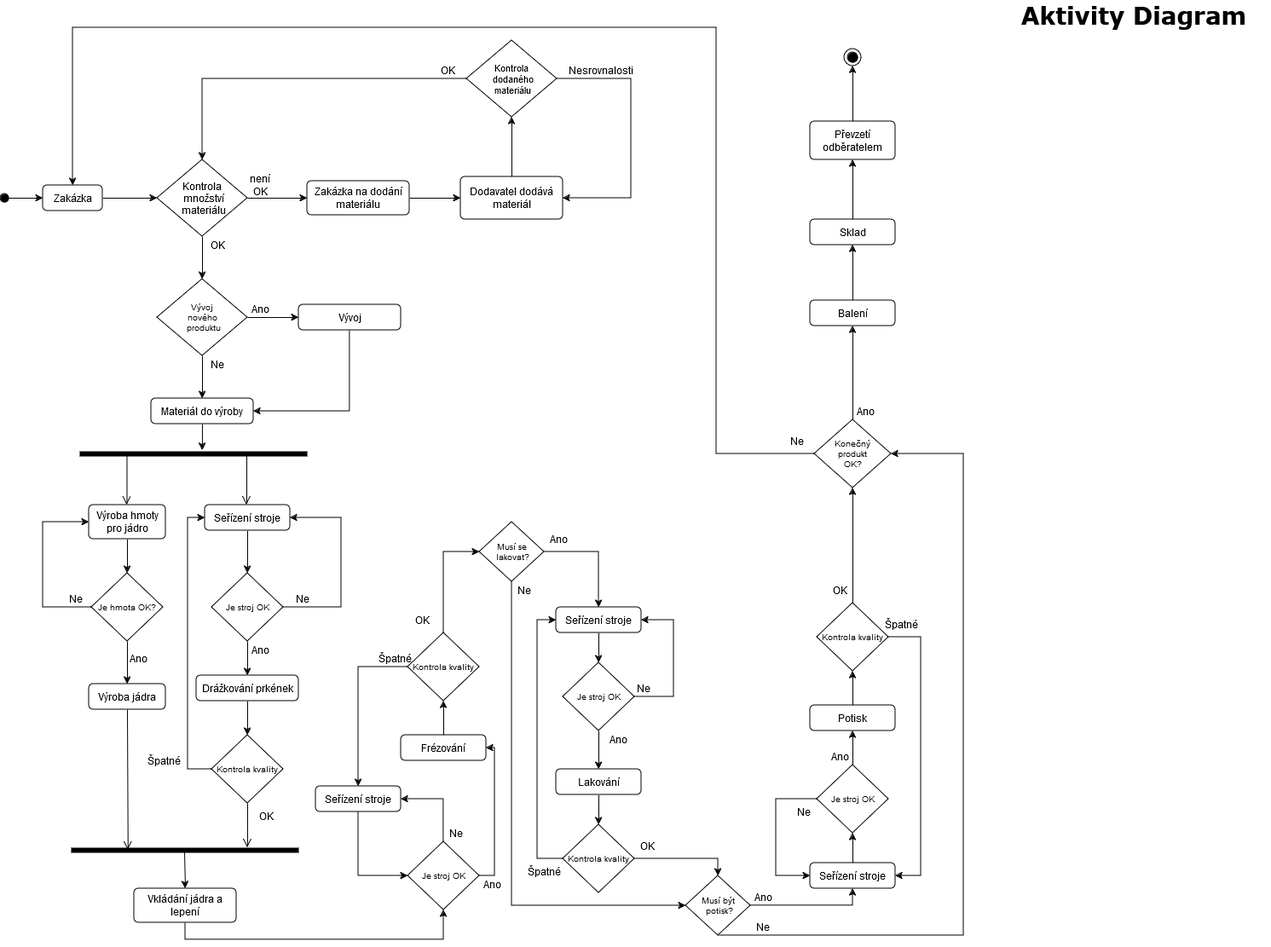
The draw.io diagram SW_ING/Tuzka_Aktivity.png in KarelMasa/pg, before a commit. Source tidied: cells renumbered, new cells last; positions are measured from the earlier drawing's top-left corner, leaving out a move shared by most shapes.
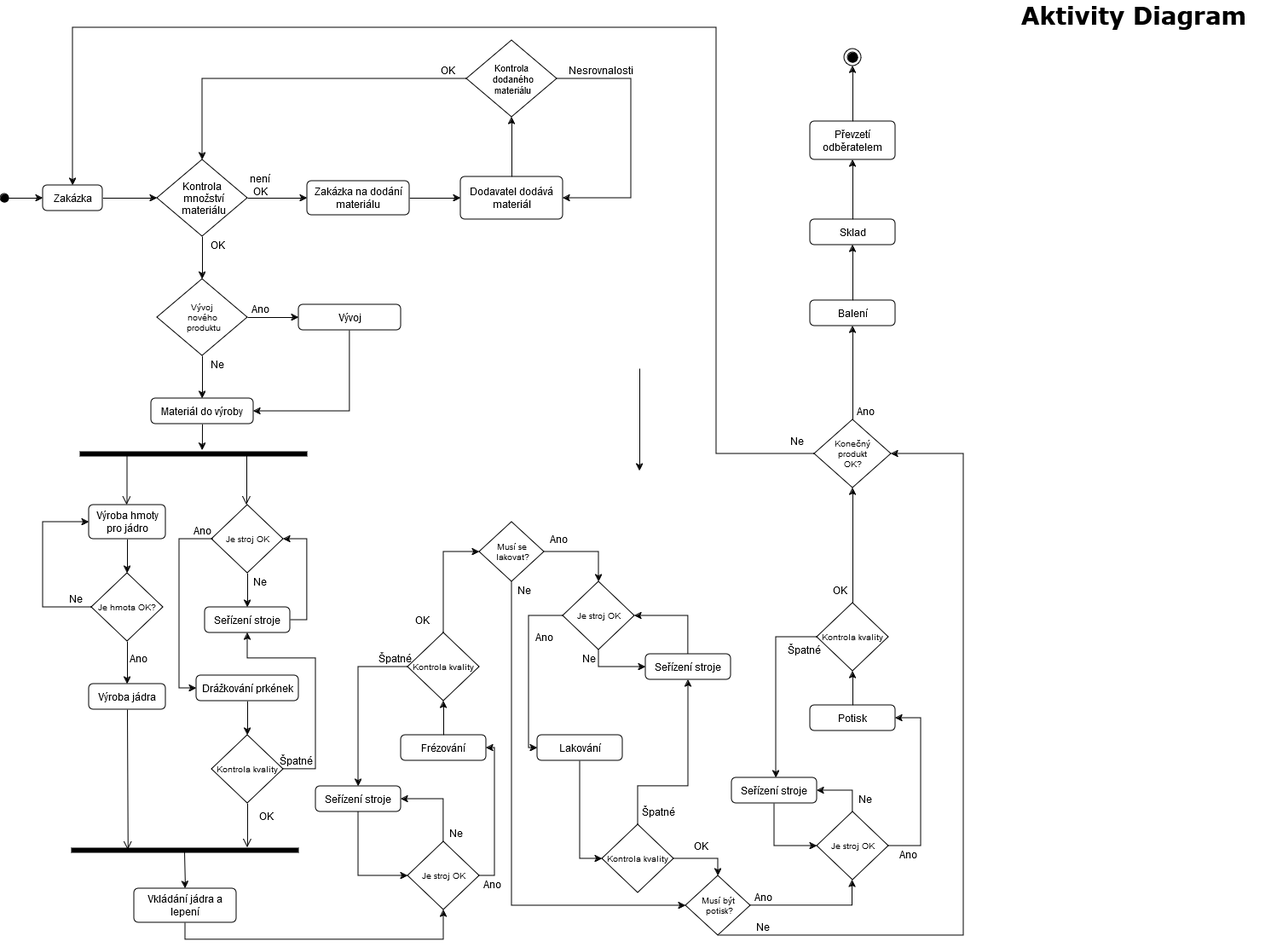
The same file after the commit.

Diff of the diagram source:
```diff
@@ -117,11 +117,15 @@
     <mxCell id="35" style="html=1;verticalAlign=bottom;endArrow=open;endSize=8;strokeColor=#000000;rounded=0;exitX=0.5;exitY=1;exitDx=0;exitDy=0;entryX=0.25;entryY=0.5;entryDx=0;entryDy=0;entryPerimeter=0;" parent="1" edge="1" source="28" target="33">
       <mxGeometry relative="1" as="geometry" />
     </mxCell>
-    <mxCell id="36" style="rounded=0;jettySize=auto;html=1;entryX=0.5;entryY=0;entryDx=0;entryDy=0;" parent="1" edge="1" source="37" target="74">
-      <mxGeometry relative="1" as="geometry" />
+    <mxCell id="36" style="edgeStyle=elbowEdgeStyle;rounded=0;jettySize=auto;html=1;entryX=0;entryY=0.5;entryDx=0;entryDy=0;exitX=0.5;exitY=1;exitDx=0;exitDy=0;" parent="1" edge="1" source="37" target="74">
+      <mxGeometry relative="1" as="geometry">
+        <Array as="points">
+          <mxPoint x="680" y="950" />
+        </Array>
+      </mxGeometry>
     </mxCell>
     <mxCell id="37" value="Lakování" style="html=1;align=center;verticalAlign=middle;rounded=1;absoluteArcSize=1;arcSize=10;dashed=0;whiteSpace=wrap;" parent="1" vertex="1">
-      <mxGeometry x="652" y="900" width="100" height="30" as="geometry" />
+      <mxGeometry x="630" y="860" width="100" height="30" as="geometry" />
     </mxCell>
     <mxCell id="38" style="rounded=0;jettySize=auto;html=1;entryX=0.5;entryY=1;entryDx=0;entryDy=0;" parent="1" edge="1" source="39" target="114">
       <mxGeometry relative="1" as="geometry" />
@@ -160,30 +164,40 @@
     <mxCell id="47" value="Ne" style="text;strokeColor=none;align=center;fillColor=none;html=1;verticalAlign=middle;whiteSpace=wrap;rounded=0;" parent="1" vertex="1">
       <mxGeometry x="74" y="690" width="30" height="20" as="geometry" />
     </mxCell>
-    <mxCell id="48" style="edgeStyle=orthogonalEdgeStyle;rounded=0;jettySize=auto;html=1;entryX=0.5;entryY=0;entryDx=0;entryDy=0;" parent="1" edge="1" source="49" target="52">
+    <mxCell id="48" style="edgeStyle=orthogonalEdgeStyle;rounded=0;jettySize=auto;html=1;entryX=1;entryY=0.5;entryDx=0;entryDy=0;exitX=1;exitY=0.5;exitDx=0;exitDy=0;" parent="1" edge="1" source="49" target="52">
       <mxGeometry relative="1" as="geometry" />
     </mxCell>
+    <mxCell id="124" style="rounded=0;jettySize=auto;html=1;startArrow=classic;startFill=1;endArrow=none;endFill=0;" parent="1" edge="1" target="52">
+      <mxGeometry relative="1" as="geometry">
+        <mxPoint x="290" y="710" as="sourcePoint" />
+      </mxGeometry>
+    </mxCell>
     <mxCell id="49" value="Seřízení stroje" style="html=1;align=center;verticalAlign=middle;rounded=1;absoluteArcSize=1;arcSize=10;dashed=0;whiteSpace=wrap;" parent="1" vertex="1">
-      <mxGeometry x="240" y="590" width="100" height="30" as="geometry" />
+      <mxGeometry x="240" y="710" width="100" height="30" as="geometry" />
     </mxCell>
-    <mxCell id="50" style="edgeStyle=elbowEdgeStyle;rounded=0;jettySize=auto;html=1;entryX=1;entryY=0.5;entryDx=0;entryDy=0;" parent="1" edge="1" source="52" target="49">
+    <mxCell id="50" style="edgeStyle=orthogonalEdgeStyle;rounded=0;jettySize=auto;html=1;entryX=0.5;entryY=1;entryDx=0;entryDy=0;exitX=1;exitY=0.5;exitDx=0;exitDy=0;" parent="1" edge="1" source="54" target="49">
       <mxGeometry relative="1" as="geometry">
         <Array as="points">
-          <mxPoint x="400" y="660" />
+          <mxPoint x="370" y="900" />
+          <mxPoint x="370" y="770" />
+          <mxPoint x="290" y="770" />
         </Array>
       </mxGeometry>
     </mxCell>
-    <mxCell id="51" style="edgeStyle=orthogonalEdgeStyle;rounded=0;jettySize=auto;html=1;entryX=0.5;entryY=0;entryDx=0;entryDy=0;" parent="1" edge="1" source="52" target="27">
-      <mxGeometry relative="1" as="geometry" />
+    <mxCell id="51" style="edgeStyle=orthogonalEdgeStyle;rounded=0;orthogonalLoop=1;jettySize=auto;html=1;entryX=0.5;entryY=0;entryDx=0;entryDy=0;" parent="1" edge="1">
+      <mxGeometry relative="1" as="geometry">
+        <mxPoint x="750" y="430" as="sourcePoint" />
+        <mxPoint x="750" y="550" as="targetPoint" />
+      </mxGeometry>
     </mxCell>
     <mxCell id="52" value="Je stroj OK" style="rhombus;fontSize=10;" parent="1" vertex="1">
-      <mxGeometry x="248" y="670" width="84" height="80" as="geometry" />
+      <mxGeometry x="248" y="590" width="84" height="80" as="geometry" />
     </mxCell>
-    <mxCell id="53" style="edgeStyle=orthogonalEdgeStyle;rounded=0;jettySize=auto;html=1;entryX=0;entryY=0.5;entryDx=0;entryDy=0;" parent="1" edge="1" source="54" target="49">
+    <mxCell id="53" style="edgeStyle=elbowEdgeStyle;rounded=0;jettySize=auto;html=1;exitX=0;exitY=0.5;exitDx=0;exitDy=0;startArrow=classic;startFill=1;endArrow=none;endFill=0;" parent="1" edge="1" source="27">
       <mxGeometry relative="1" as="geometry">
+        <mxPoint x="250" y="630" as="targetPoint" />
         <Array as="points">
-          <mxPoint x="220" y="900" />
-          <mxPoint x="220" y="605" />
+          <mxPoint x="210" y="720" />
         </Array>
       </mxGeometry>
     </mxCell>
@@ -191,16 +205,16 @@
       <mxGeometry x="248" y="860" width="84" height="80" as="geometry" />
     </mxCell>
     <mxCell id="55" value="Ne" style="text;strokeColor=none;align=center;fillColor=none;html=1;verticalAlign=middle;whiteSpace=wrap;rounded=0;" parent="1" vertex="1">
-      <mxGeometry x="340" y="690" width="30" height="20" as="geometry" />
+      <mxGeometry x="290" y="670" width="30" height="20" as="geometry" />
     </mxCell>
     <mxCell id="56" value="Špatné" style="text;strokeColor=none;align=center;fillColor=none;html=1;verticalAlign=middle;whiteSpace=wrap;rounded=0;" parent="1" vertex="1">
-      <mxGeometry x="177" y="880" width="30" height="20" as="geometry" />
+      <mxGeometry x="332" y="880" width="30" height="20" as="geometry" />
     </mxCell>
     <mxCell id="57" value="OK" style="text;strokeColor=none;align=center;fillColor=none;html=1;verticalAlign=middle;whiteSpace=wrap;rounded=0;" parent="1" vertex="1">
       <mxGeometry x="297" y="945" width="30" height="20" as="geometry" />
     </mxCell>
     <mxCell id="58" value="Ano" style="text;strokeColor=none;align=center;fillColor=none;html=1;verticalAlign=middle;whiteSpace=wrap;rounded=0;" parent="1" vertex="1">
-      <mxGeometry x="290" y="750" width="30" height="20" as="geometry" />
+      <mxGeometry x="222" y="610" width="30" height="20" as="geometry" />
     </mxCell>
     <mxCell id="59" style="rounded=0;jettySize=auto;html=1;entryX=0.5;entryY=0;entryDx=0;entryDy=0;exitX=1;exitY=0.5;exitDx=0;exitDy=0;edgeStyle=orthogonalEdgeStyle;endArrow=none;endFill=0;startArrow=classic;startFill=1;" parent="1" edge="1" source="60" target="63">
       <mxGeometry relative="1" as="geometry" />
@@ -238,29 +252,24 @@
     <mxCell id="66" value="Kontrola kvality" style="rhombus;fontSize=10;" parent="1" vertex="1">
       <mxGeometry x="478" y="740" width="84" height="80" as="geometry" />
     </mxCell>
-    <mxCell id="67" style="rounded=0;jettySize=auto;html=1;entryX=0.5;entryY=0;entryDx=0;entryDy=0;" parent="1" edge="1" source="69" target="37">
-      <mxGeometry relative="1" as="geometry" />
+    <mxCell id="67" style="rounded=0;jettySize=auto;html=1;entryX=0;entryY=0.5;entryDx=0;entryDy=0;exitX=0;exitY=0.5;exitDx=0;exitDy=0;edgeStyle=elbowEdgeStyle;" parent="1" edge="1" source="69" target="37">
+      <mxGeometry relative="1" as="geometry">
+        <Array as="points">
+          <mxPoint x="620" y="800" />
+        </Array>
+      </mxGeometry>
     </mxCell>
-    <mxCell id="68" style="edgeStyle=elbowEdgeStyle;rounded=0;jettySize=auto;html=1;entryX=1;entryY=0.5;entryDx=0;entryDy=0;" parent="1" edge="1" source="69" target="71">
+    <mxCell id="68" style="edgeStyle=elbowEdgeStyle;rounded=0;jettySize=auto;html=1;entryX=0;entryY=0.5;entryDx=0;entryDy=0;elbow=vertical;exitX=0.5;exitY=1;exitDx=0;exitDy=0;startArrow=none;startFill=0;endArrow=classic;endFill=1;" parent="1" edge="1" source="69" target="71">
       <mxGeometry relative="1" as="geometry">
         <Array as="points">
-          <mxPoint x="790" y="770" />
+          <mxPoint x="730" y="780" />
         </Array>
       </mxGeometry>
     </mxCell>
-    <mxCell id="69" value="Je stroj OK" style="rhombus;fontSize=10;" parent="1" vertex="1">
-      <mxGeometry x="660" y="775" width="84" height="80" as="geometry" />
-    </mxCell>
-    <mxCell id="70" style="rounded=0;jettySize=auto;html=1;entryX=0.5;entryY=0;entryDx=0;entryDy=0;" parent="1" edge="1" source="71" target="69">
-      <mxGeometry relative="1" as="geometry" />
-    </mxCell>
-    <mxCell id="71" value="Seřízení stroje" style="html=1;align=center;verticalAlign=middle;rounded=1;absoluteArcSize=1;arcSize=10;dashed=0;whiteSpace=wrap;" parent="1" vertex="1">
-      <mxGeometry x="652" y="710" width="100" height="30" as="geometry" />
-    </mxCell>
-    <mxCell id="72" style="edgeStyle=elbowEdgeStyle;rounded=0;jettySize=auto;html=1;entryX=0;entryY=0.5;entryDx=0;entryDy=0;" parent="1" edge="1" source="74" target="71">
+    <mxCell id="72" style="rounded=0;jettySize=auto;html=1;entryX=0.5;entryY=0;entryDx=0;entryDy=0;exitX=1;exitY=0.5;exitDx=0;exitDy=0;edgeStyle=elbowEdgeStyle;startArrow=classic;startFill=1;endArrow=none;endFill=0;" parent="1" edge="1" source="69" target="71">
       <mxGeometry relative="1" as="geometry">
         <Array as="points">
-          <mxPoint x="630" y="860" />
+          <mxPoint x="807" y="750" />
         </Array>
       </mxGeometry>
     </mxCell>
@@ -268,7 +277,7 @@
       <mxGeometry relative="1" as="geometry" />
     </mxCell>
     <mxCell id="74" value="Kontrola kvality" style="rhombus;fontSize=10;" parent="1" vertex="1">
-      <mxGeometry x="660" y="965" width="84" height="80" as="geometry" />
+      <mxGeometry x="706" y="965" width="84" height="80" as="geometry" />
     </mxCell>
     <mxCell id="75" value="OK" style="text;strokeColor=none;align=center;fillColor=none;html=1;verticalAlign=middle;whiteSpace=wrap;rounded=0;" parent="1" vertex="1">
       <mxGeometry x="480" y="715" width="30" height="20" as="geometry" />
@@ -289,19 +298,26 @@
       <mxGeometry x="640" y="620" width="30" height="20" as="geometry" />
     </mxCell>
     <mxCell id="81" value="Ano" style="text;strokeColor=none;align=center;fillColor=none;html=1;verticalAlign=middle;whiteSpace=wrap;rounded=0;" parent="1" vertex="1">
-      <mxGeometry x="710" y="855" width="30" height="20" as="geometry" />
+      <mxGeometry x="623" y="735" width="30" height="20" as="geometry" />
     </mxCell>
     <mxCell id="82" value="Ano" style="text;strokeColor=none;align=center;fillColor=none;html=1;verticalAlign=middle;whiteSpace=wrap;rounded=0;" parent="1" vertex="1">
       <mxGeometry x="562" y="1025" width="30" height="20" as="geometry" />
     </mxCell>
-    <mxCell id="83" style="rounded=0;jettySize=auto;html=1;entryX=0.5;entryY=1;entryDx=0;entryDy=0;" parent="1" edge="1" source="84" target="102">
-      <mxGeometry relative="1" as="geometry" />
+    <mxCell id="83" style="rounded=0;jettySize=auto;html=1;entryX=0;entryY=0.5;entryDx=0;entryDy=0;startArrow=none;startFill=0;endArrow=classic;endFill=1;exitX=0.5;exitY=1;exitDx=0;exitDy=0;edgeStyle=elbowEdgeStyle;" parent="1" edge="1" source="84" target="102">
+      <mxGeometry relative="1" as="geometry">
+        <Array as="points">
+          <mxPoint x="908" y="970" />
+        </Array>
+      </mxGeometry>
     </mxCell>
+    <mxCell id="125" style="edgeStyle=orthogonalEdgeStyle;rounded=0;jettySize=auto;html=1;exitX=1;exitY=0.5;exitDx=0;exitDy=0;startArrow=classic;startFill=1;endArrow=none;endFill=0;" parent="1" edge="1" source="84" target="102">
+      <mxGeometry relative="1" as="geometry" />
+    </mxCell>
     <mxCell id="84" value="Seřízení stroje" style="html=1;align=center;verticalAlign=middle;rounded=1;absoluteArcSize=1;arcSize=10;dashed=0;whiteSpace=wrap;" parent="1" vertex="1">
-      <mxGeometry x="950" y="1010" width="100" height="30" as="geometry" />
+      <mxGeometry x="858" y="910" width="100" height="30" as="geometry" />
     </mxCell>
     <mxCell id="85" value="OK" style="text;strokeColor=none;align=center;fillColor=none;html=1;verticalAlign=middle;whiteSpace=wrap;rounded=0;" parent="1" vertex="1">
-      <mxGeometry x="744" y="980" width="30" height="20" as="geometry" />
+      <mxGeometry x="807" y="980" width="30" height="20" as="geometry" />
     </mxCell>
     <mxCell id="86" value="Ne" style="text;strokeColor=none;align=center;fillColor=none;html=1;verticalAlign=middle;whiteSpace=wrap;rounded=0;" parent="1" vertex="1">
       <mxGeometry x="920" y="505" width="30" height="20" as="geometry" />
@@ -310,18 +326,18 @@
       <mxGeometry x="880" y="1075" width="30" height="20" as="geometry" />
     </mxCell>
     <mxCell id="88" value="Ne" style="text;strokeColor=none;align=center;fillColor=none;html=1;verticalAlign=middle;whiteSpace=wrap;rounded=0;" parent="1" vertex="1">
-      <mxGeometry x="928" y="940" width="30" height="20" as="geometry" />
+      <mxGeometry x="1000" y="925" width="30" height="20" as="geometry" />
     </mxCell>
     <mxCell id="89" value="Ne" style="text;strokeColor=none;align=center;fillColor=none;html=1;verticalAlign=middle;whiteSpace=wrap;rounded=0;" parent="1" vertex="1">
       <mxGeometry x="600" y="680" width="30" height="20" as="geometry" />
     </mxCell>
     <mxCell id="90" value="Ne" style="text;strokeColor=none;align=center;fillColor=none;html=1;verticalAlign=middle;whiteSpace=wrap;rounded=0;" parent="1" vertex="1">
-      <mxGeometry x="740" y="795" width="30" height="20" as="geometry" />
+      <mxGeometry x="676" y="760" width="30" height="20" as="geometry" />
     </mxCell>
     <mxCell id="91" value="Špatné" style="text;strokeColor=none;align=center;fillColor=none;html=1;verticalAlign=middle;whiteSpace=wrap;rounded=0;" parent="1" vertex="1">
-      <mxGeometry x="623" y="1010" width="30" height="20" as="geometry" />
+      <mxGeometry x="757" y="940" width="30" height="20" as="geometry" />
     </mxCell>
-    <mxCell id="92" style="edgeStyle=orthogonalEdgeStyle;rounded=0;jettySize=auto;html=1;entryX=0.5;entryY=0;entryDx=0;entryDy=0;" parent="1" edge="1" source="94" target="71">
+    <mxCell id="92" style="edgeStyle=orthogonalEdgeStyle;rounded=0;jettySize=auto;html=1;entryX=0.5;entryY=0;entryDx=0;entryDy=0;" parent="1" edge="1" source="94" target="69">
       <mxGeometry relative="1" as="geometry" />
     </mxCell>
     <mxCell id="93" style="edgeStyle=orthogonalEdgeStyle;rounded=0;jettySize=auto;html=1;entryX=0;entryY=0.5;entryDx=0;entryDy=0;exitX=0.5;exitY=1;exitDx=0;exitDy=0;" parent="1" edge="1" source="94" target="97">
@@ -335,8 +351,13 @@
     <mxCell id="94" value="Musí se&#10; lakovat?" style="rhombus;fontSize=10;" parent="1" vertex="1">
       <mxGeometry x="562" y="610" width="76" height="70" as="geometry" />
     </mxCell>
-    <mxCell id="95" style="edgeStyle=orthogonalEdgeStyle;rounded=0;jettySize=auto;html=1;entryX=0.5;entryY=1;entryDx=0;entryDy=0;" parent="1" edge="1" source="97" target="84">
-      <mxGeometry relative="1" as="geometry" />
+    <mxCell id="95" style="edgeStyle=orthogonalEdgeStyle;rounded=0;jettySize=auto;html=1;exitX=1;exitY=0.5;exitDx=0;exitDy=0;" parent="1" edge="1" source="97">
+      <mxGeometry relative="1" as="geometry">
+        <mxPoint x="999.5" y="1030" as="targetPoint" />
+        <Array as="points">
+          <mxPoint x="1000" y="1060" />
+        </Array>
+      </mxGeometry>
     </mxCell>
     <mxCell id="96" style="edgeStyle=elbowEdgeStyle;rounded=0;jettySize=auto;html=1;elbow=vertical;exitX=0.5;exitY=1;exitDx=0;exitDy=0;entryX=1;entryY=0.5;entryDx=0;entryDy=0;" parent="1" edge="1" source="97" target="110">
       <mxGeometry relative="1" as="geometry">
@@ -354,23 +375,22 @@
     <mxCell id="99" value="Potisk" style="html=1;align=center;verticalAlign=middle;rounded=1;absoluteArcSize=1;arcSize=10;dashed=0;whiteSpace=wrap;" parent="1" vertex="1">
       <mxGeometry x="950" y="825" width="100" height="30" as="geometry" />
     </mxCell>
-    <mxCell id="100" style="rounded=0;jettySize=auto;html=1;entryX=0.5;entryY=1;entryDx=0;entryDy=0;" parent="1" edge="1" source="102" target="99">
-      <mxGeometry relative="1" as="geometry" />
-    </mxCell>
-    <mxCell id="101" style="edgeStyle=elbowEdgeStyle;rounded=0;jettySize=auto;html=1;entryX=0;entryY=0.5;entryDx=0;entryDy=0;" parent="1" edge="1" source="102" target="84">
+    <mxCell id="101" style="rounded=0;orthogonalLoop=1;jettySize=auto;html=1;edgeStyle=elbowEdgeStyle;" parent="1" edge="1">
       <mxGeometry relative="1" as="geometry">
+        <mxPoint x="958" y="745" as="sourcePoint" />
+        <mxPoint x="910" y="910" as="targetPoint" />
         <Array as="points">
-          <mxPoint x="910" y="980" />
+          <mxPoint x="910" y="830" />
         </Array>
       </mxGeometry>
     </mxCell>
     <mxCell id="102" value="Je stroj OK" style="rhombus;fontSize=10;" parent="1" vertex="1">
-      <mxGeometry x="958" y="895" width="84" height="80" as="geometry" />
+      <mxGeometry x="958" y="950" width="84" height="80" as="geometry" />
     </mxCell>
     <mxCell id="103" style="edgeStyle=orthogonalEdgeStyle;rounded=0;jettySize=auto;html=1;entryX=0.5;entryY=1;entryDx=0;entryDy=0;exitX=0.5;exitY=0;exitDx=0;exitDy=0;" parent="1" edge="1" source="105" target="110">
       <mxGeometry relative="1" as="geometry" />
     </mxCell>
-    <mxCell id="104" style="edgeStyle=elbowEdgeStyle;rounded=0;jettySize=auto;html=1;entryX=1;entryY=0.5;entryDx=0;entryDy=0;" parent="1" edge="1" source="105" target="84">
+    <mxCell id="104" style="edgeStyle=elbowEdgeStyle;rounded=0;jettySize=auto;html=1;startArrow=classic;startFill=1;endArrow=none;endFill=0;exitX=1;exitY=0.5;exitDx=0;exitDy=0;" parent="1" edge="1" source="99" target="102">
       <mxGeometry relative="1" as="geometry">
         <Array as="points">
           <mxPoint x="1080" y="880" />
@@ -384,10 +404,10 @@
       <mxGeometry x="970" y="680" width="30" height="20" as="geometry" />
     </mxCell>
     <mxCell id="107" value="Ano" style="text;strokeColor=none;align=center;fillColor=none;html=1;verticalAlign=middle;whiteSpace=wrap;rounded=0;" parent="1" vertex="1">
-      <mxGeometry x="970" y="875" width="30" height="20" as="geometry" />
+      <mxGeometry x="1050" y="990" width="30" height="20" as="geometry" />
     </mxCell>
     <mxCell id="108" value="Špatné" style="text;strokeColor=none;align=center;fillColor=none;html=1;verticalAlign=middle;whiteSpace=wrap;rounded=0;" parent="1" vertex="1">
-      <mxGeometry x="1042" y="720" width="30" height="20" as="geometry" />
+      <mxGeometry x="928" y="750" width="30" height="20" as="geometry" />
     </mxCell>
     <mxCell id="109" style="rounded=0;jettySize=auto;html=1;entryX=0.5;entryY=1;entryDx=0;entryDy=0;exitX=0.5;exitY=0;exitDx=0;exitDy=0;" parent="1" edge="1" source="110" target="112">
       <mxGeometry relative="1" as="geometry" />
@@ -440,5 +460,19 @@
     <mxCell id="123" value="Aktivity Diagram" style="text;strokeColor=none;align=center;fillColor=none;html=1;verticalAlign=middle;whiteSpace=wrap;rounded=0;fontSize=28;fontFamily=Verdana;fontStyle=1;" parent="1" vertex="1">
       <mxGeometry x="1170" width="320" height="30" as="geometry" />
     </mxCell>
+    <mxCell id="126" style="edgeStyle=orthogonalEdgeStyle;rounded=0;jettySize=auto;html=1;entryX=0.5;entryY=1;entryDx=0;entryDy=0;exitX=0.5;exitY=0;exitDx=0;exitDy=0;" parent="1" edge="1" source="74" target="71">
+      <mxGeometry relative="1" as="geometry">
+        <Array as="points">
+          <mxPoint x="748" y="920" />
+          <mxPoint x="807" y="920" />
+        </Array>
+      </mxGeometry>
+    </mxCell>
+    <mxCell id="69" value="Je stroj OK" style="rhombus;fontSize=10;" parent="1" vertex="1">
+      <mxGeometry x="660" y="680" width="84" height="80" as="geometry" />
+    </mxCell>
+    <mxCell id="71" value="Seřízení stroje" style="html=1;align=center;verticalAlign=middle;rounded=1;absoluteArcSize=1;arcSize=10;dashed=0;whiteSpace=wrap;" parent="1" vertex="1">
+      <mxGeometry x="757" y="765" width="100" height="30" as="geometry" />
+    </mxCell>
   </root>
 </mxGraphModel>
```
